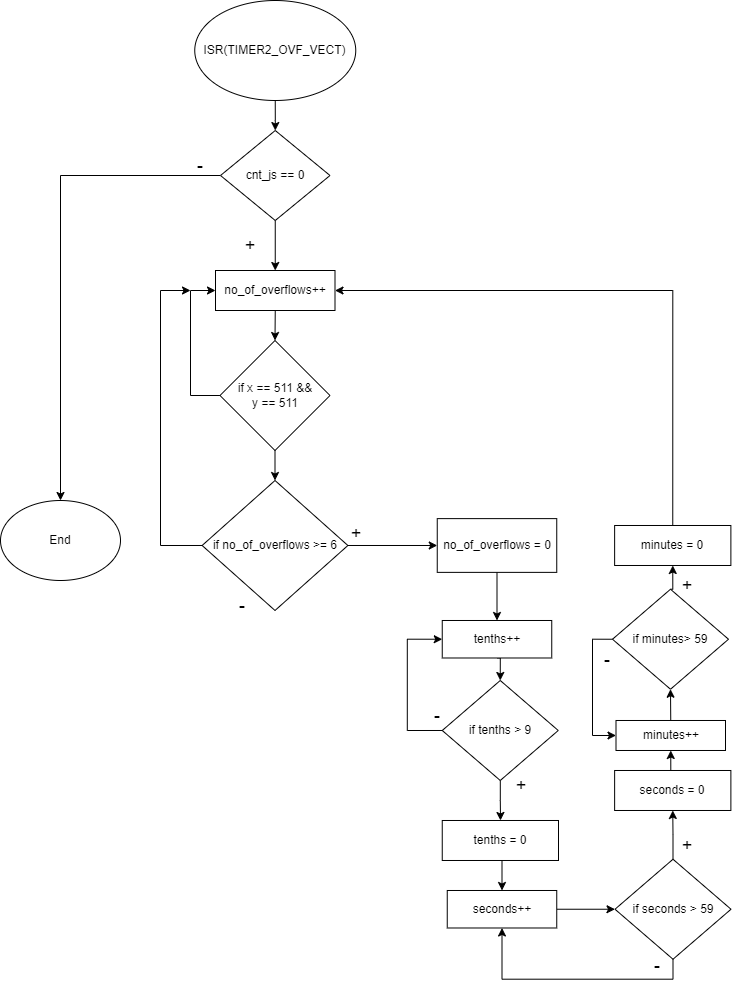
Earlier version of the draw.io export project1/Stopwatch.drawio.png (OndraFoltyn/digital-electronics-2). Source tidied: cells renumbered, new cells last; positions are measured from the earlier drawing's top-left corner, leaving out a move shared by most shapes.
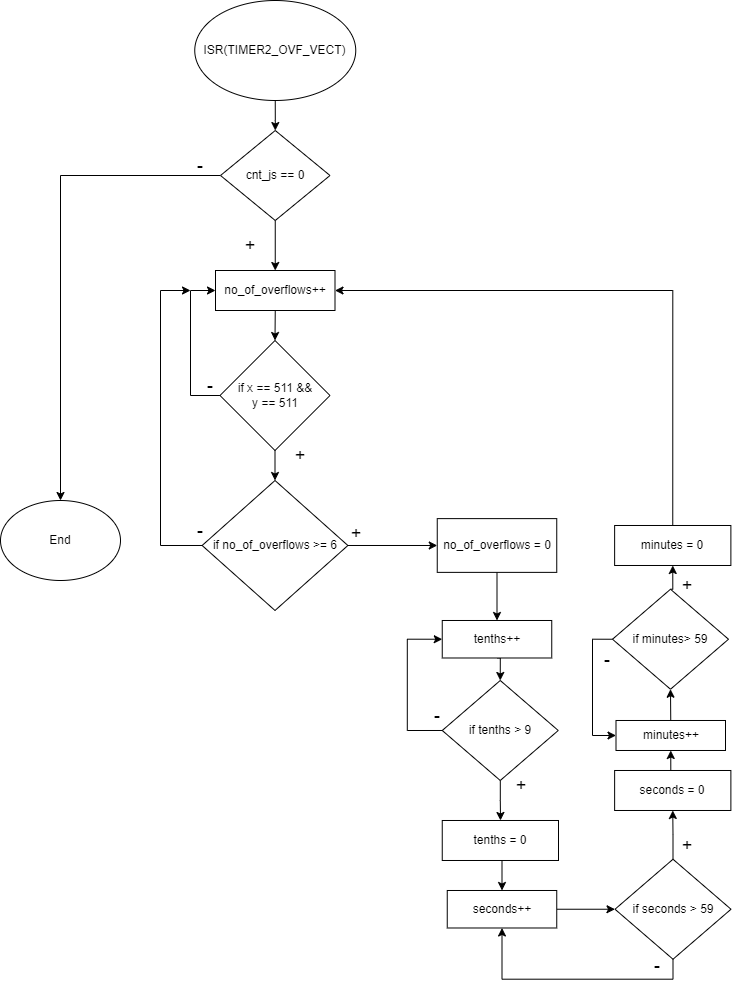
Above is the later version.

Diff of the diagram source:
```diff
@@ -45,7 +45,7 @@
       <mxGeometry x="170" y="150" width="60" height="30" as="geometry" />
     </mxCell>
     <mxCell id="14" value="&lt;font style=&quot;font-size: 18px;&quot;&gt;-&lt;/font&gt;" style="text;html=1;strokeColor=none;fillColor=none;align=center;verticalAlign=middle;whiteSpace=wrap;rounded=0;" parent="1" vertex="1">
-      <mxGeometry x="211.8" y="590" width="60" height="30" as="geometry" />
+      <mxGeometry x="170" y="515" width="60" height="30" as="geometry" />
     </mxCell>
     <mxCell id="15" value="&lt;font style=&quot;font-size: 18px;&quot;&gt;+&lt;/font&gt;" style="text;html=1;strokeColor=none;fillColor=none;align=center;verticalAlign=middle;whiteSpace=wrap;rounded=0;" parent="1" vertex="1">
       <mxGeometry x="220" y="230" width="60" height="30" as="geometry" />
@@ -159,5 +159,11 @@
     <mxCell id="48" value="if x == 511 &amp;amp;&amp;amp; &lt;br&gt;y == 511" style="rhombus;whiteSpace=wrap;html=1;" parent="1" vertex="1">
       <mxGeometry x="219.5" y="340" width="110" height="110" as="geometry" />
     </mxCell>
+    <mxCell id="49" value="&lt;font style=&quot;font-size: 18px;&quot;&gt;+&lt;/font&gt;" style="text;html=1;strokeColor=none;fillColor=none;align=center;verticalAlign=middle;whiteSpace=wrap;rounded=0;" parent="1" vertex="1">
+      <mxGeometry x="270" y="440" width="60" height="30" as="geometry" />
+    </mxCell>
+    <mxCell id="50" value="&lt;font style=&quot;font-size: 18px;&quot;&gt;-&lt;/font&gt;" style="text;html=1;strokeColor=none;fillColor=none;align=center;verticalAlign=middle;whiteSpace=wrap;rounded=0;" parent="1" vertex="1">
+      <mxGeometry x="180" y="370" width="60" height="30" as="geometry" />
+    </mxCell>
   </root>
 </mxGraphModel>
```
